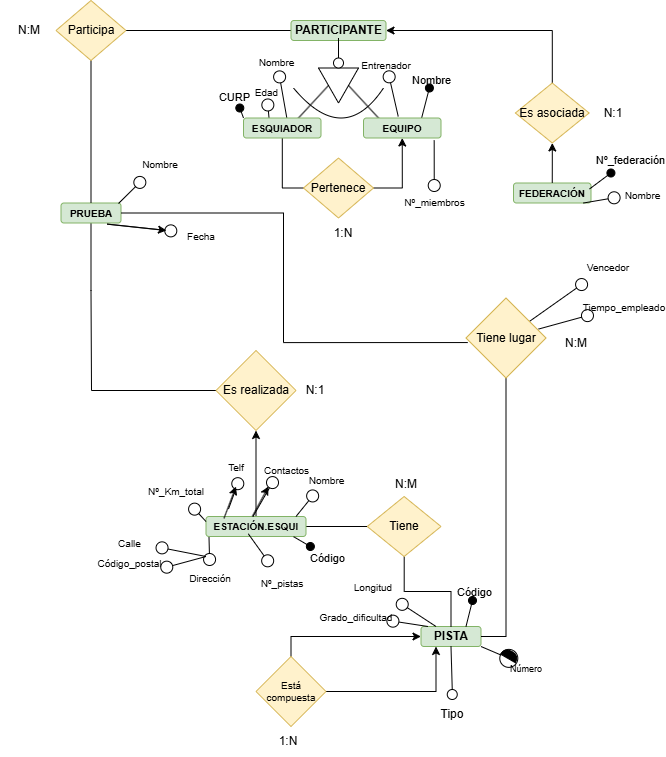
Earlier version of the draw.io export Data Base/OlimpiadasDeInvierno.drawio.png (Samue45/1-DAM). Source tidied: cells renumbered, new cells last; positions are measured from the earlier drawing's top-left corner, leaving out a move shared by most shapes.
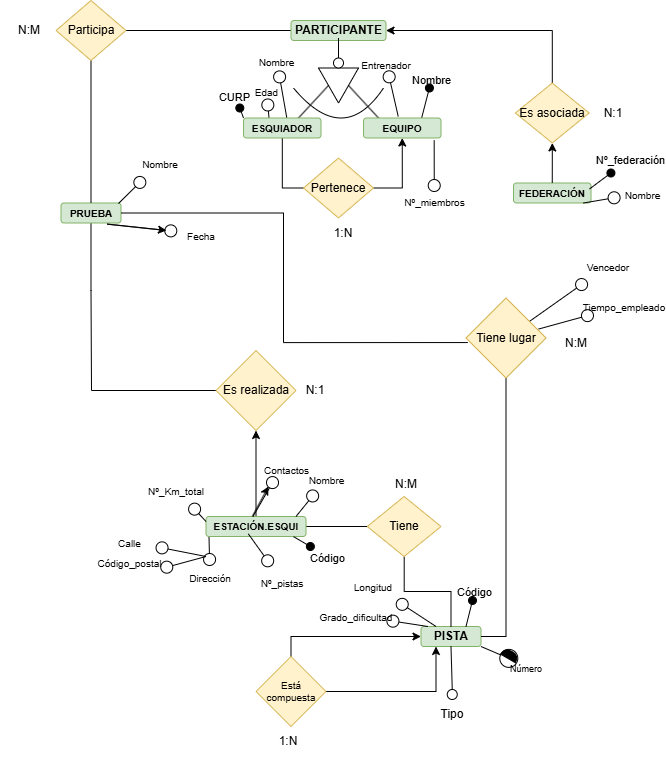
After the change.

The edit, as a diff of the source:
```diff
@@ -219,20 +219,6 @@
     <mxCell id="62" value="&lt;font style=&quot;font-size: 10px;&quot;&gt;Contactos&lt;/font&gt;" style="text;html=1;align=center;verticalAlign=middle;whiteSpace=wrap;rounded=0;fontSize=16;" parent="1" vertex="1">
       <mxGeometry x="268" y="456" width="38.5" height="24" as="geometry" />
     </mxCell>
-    <mxCell id="63" style="endArrow=circle;html=1;rounded=0;fontSize=8;startSize=6;endSize=5;curved=1;endFill=0;exitX=0.168;exitY=0.07;exitDx=0;exitDy=0;exitPerimeter=0;" parent="1" edge="1">
-      <mxGeometry relative="1" as="geometry">
-        <mxPoint x="229" y="508.5" as="sourcePoint" />
-        <mxPoint x="240.7" y="476.6" as="targetPoint" />
-      </mxGeometry>
-    </mxCell>
-    <mxCell id="64" value="&lt;font style=&quot;font-size: 10px;&quot;&gt;Telf&lt;/font&gt;" style="text;html=1;align=center;verticalAlign=middle;whiteSpace=wrap;rounded=0;fontSize=16;" parent="1" vertex="1">
-      <mxGeometry x="206.5" y="450" width="60" height="30" as="geometry" />
-    </mxCell>
-    <mxCell id="65" style="endArrow=classic;html=1;rounded=0;exitX=0.18;exitY=0.09;exitDx=0;exitDy=0;exitPerimeter=0;" parent="1" edge="1" source="6">
-      <mxGeometry relative="1" as="geometry">
-        <mxPoint x="236.5" y="486" as="targetPoint" />
-      </mxGeometry>
-    </mxCell>
     <mxCell id="66" style="endArrow=circle;html=1;rounded=0;fontSize=8;startSize=6;endSize=5;curved=1;endFill=0;exitX=0.03;exitY=1.035;exitDx=0;exitDy=0;exitPerimeter=0;" parent="1" edge="1" source="6" target="67">
       <mxGeometry relative="1" as="geometry" />
     </mxCell>
```
